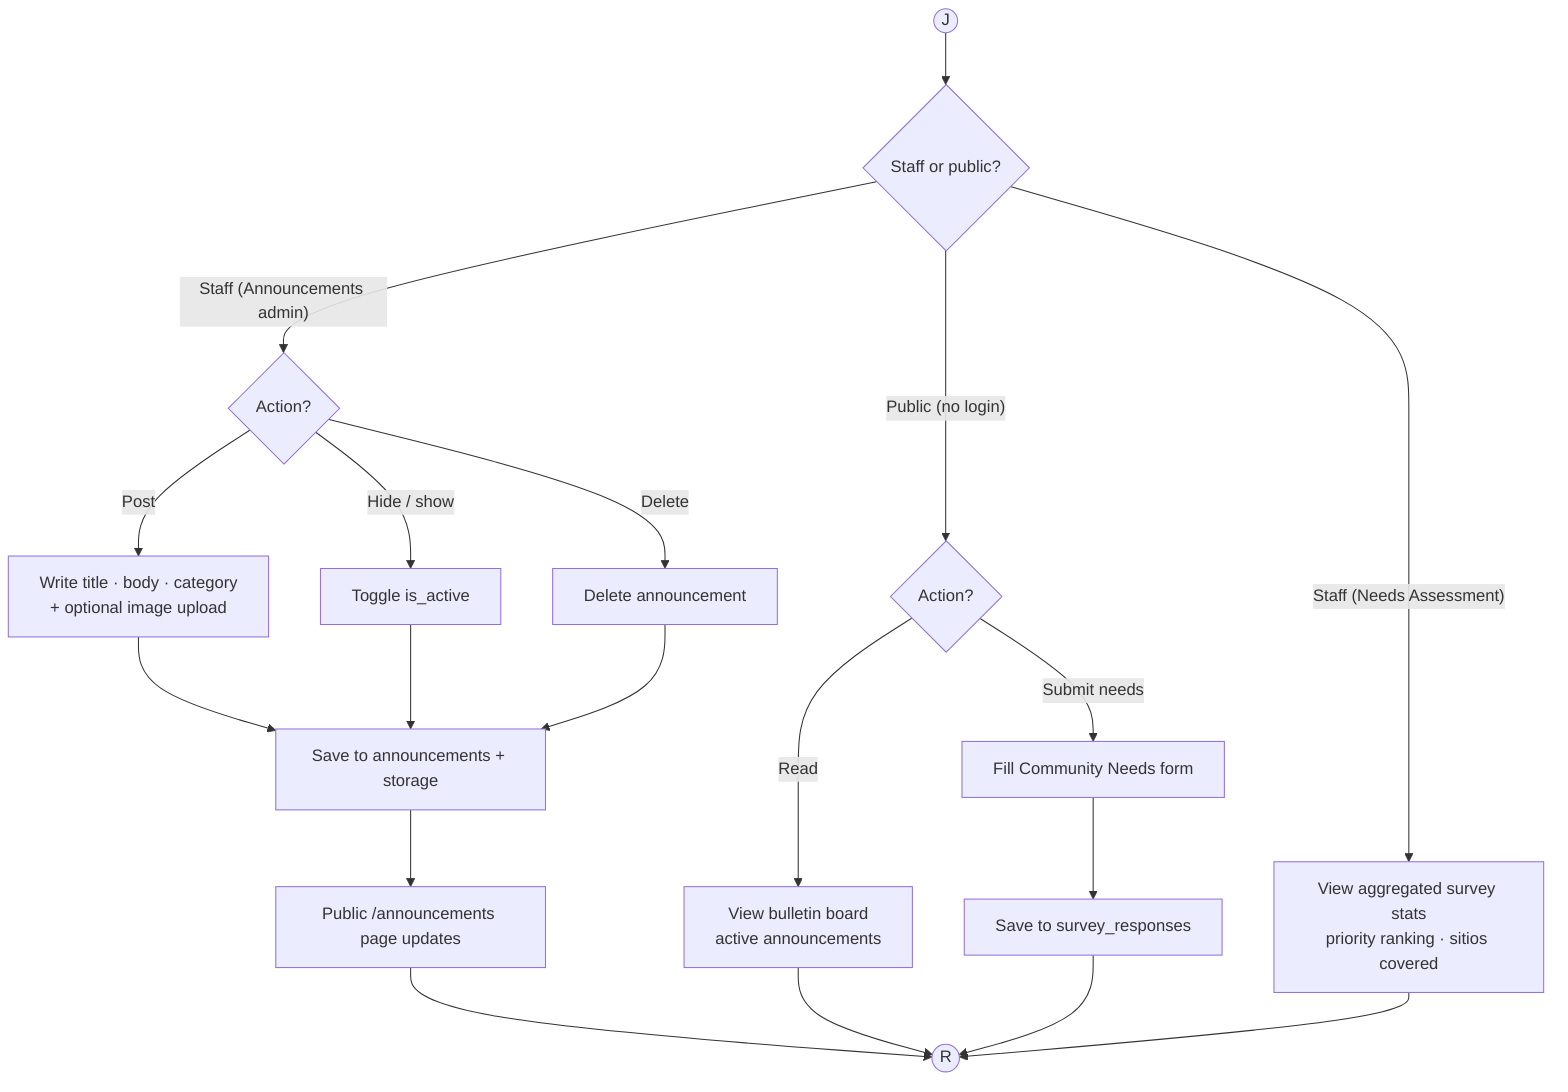
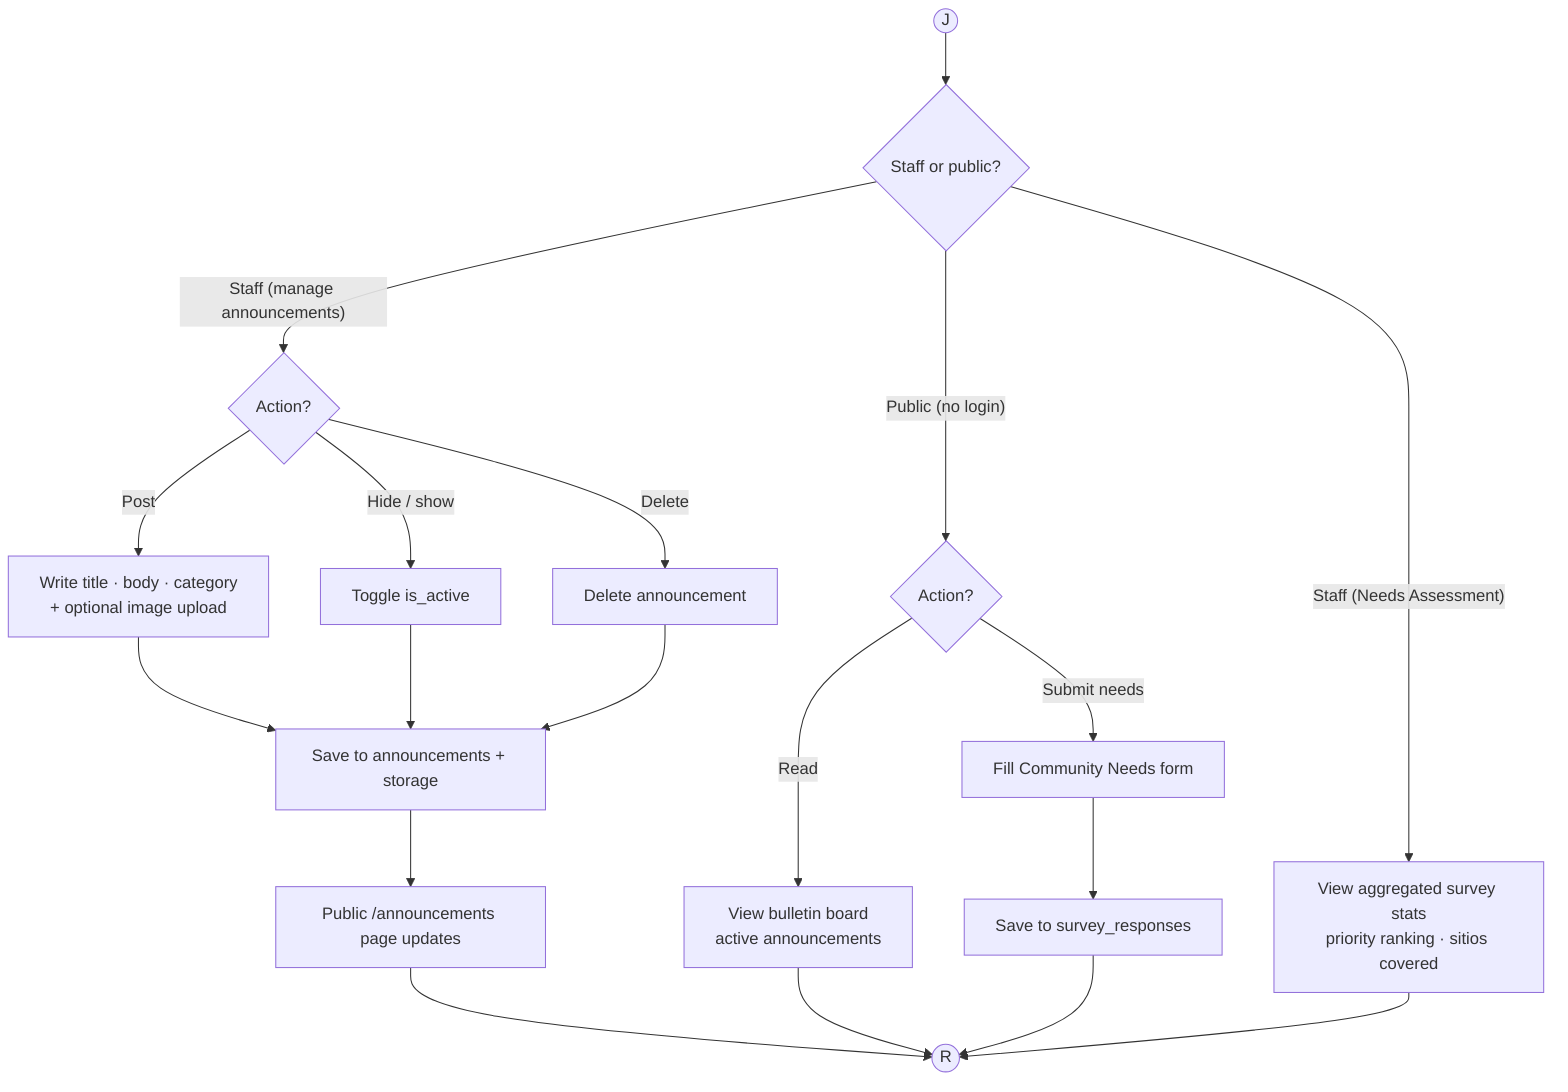
flowchart TD
    J((J)) --> Who{Staff or public?}

-     Who -- "Staff (Announcements admin)" --> AAct{Action?}
+     Who -- "Staff (manage announcements)" --> AAct{Action?}
    AAct -- Post --> Post[Write title · body · category<br/>+ optional image upload]
    Post --> SaveA[Save to announcements + storage]
    AAct -- Hide / show --> Toggle[Toggle is_active]
    AAct -- Delete --> DelA[Delete announcement]
    Toggle --> SaveA
    DelA --> SaveA
    SaveA --> PubPage[Public /announcements page updates]

    Who -- "Public (no login)" --> PAct{Action?}
    PAct -- Read --> Read[View bulletin board<br/>active announcements]
    PAct -- Submit needs --> NForm[Fill Community Needs form]
    NForm --> SaveN[Save to survey_responses]

    Who -- "Staff (Needs Assessment)" --> Agg[View aggregated survey stats<br/>priority ranking · sitios covered]

    PubPage --> R((R))
    Read --> R
    SaveN --> R
    Agg --> R
